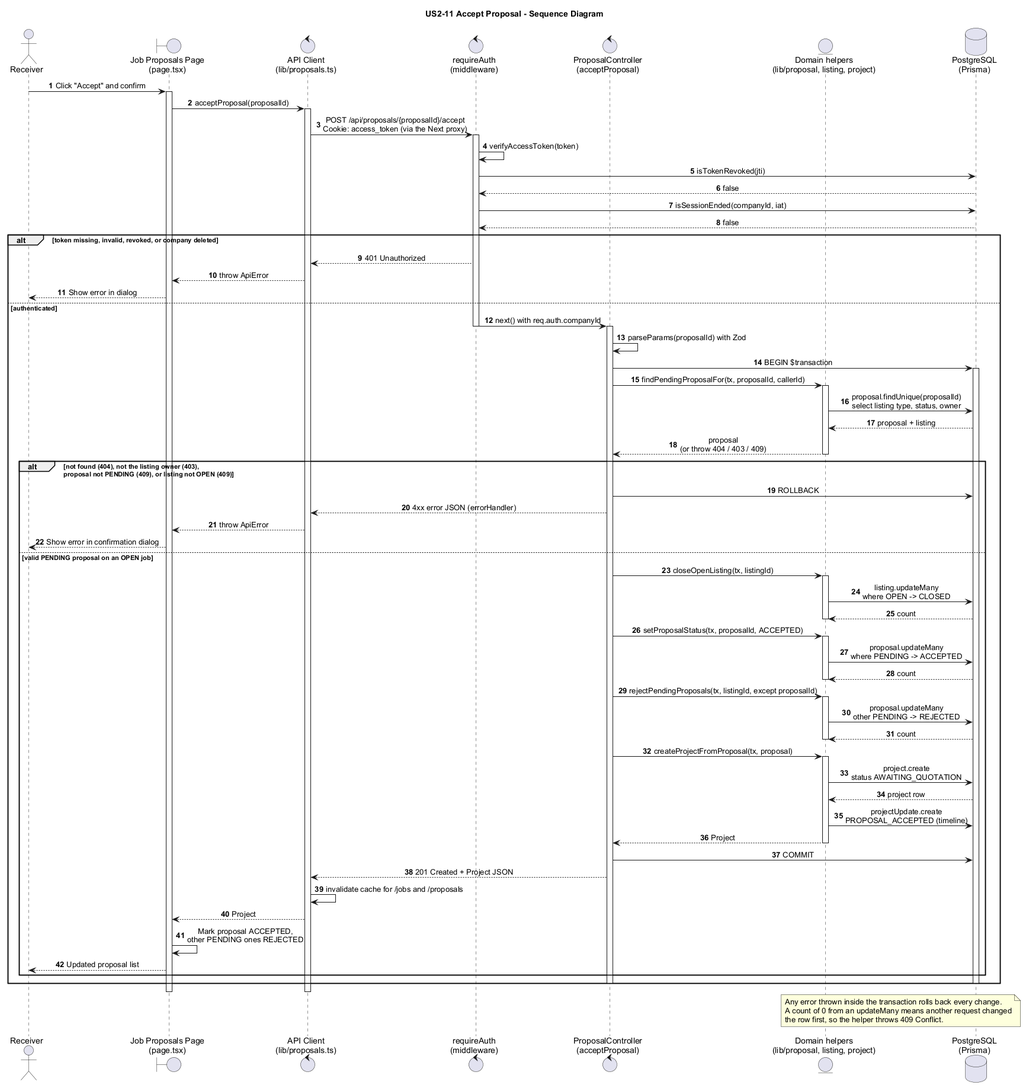
taofuuu/MangoDB keeps this PlantUML diagram as docs/uml/sequence/accept-proposal-implementation.png. Above is the earlier version.
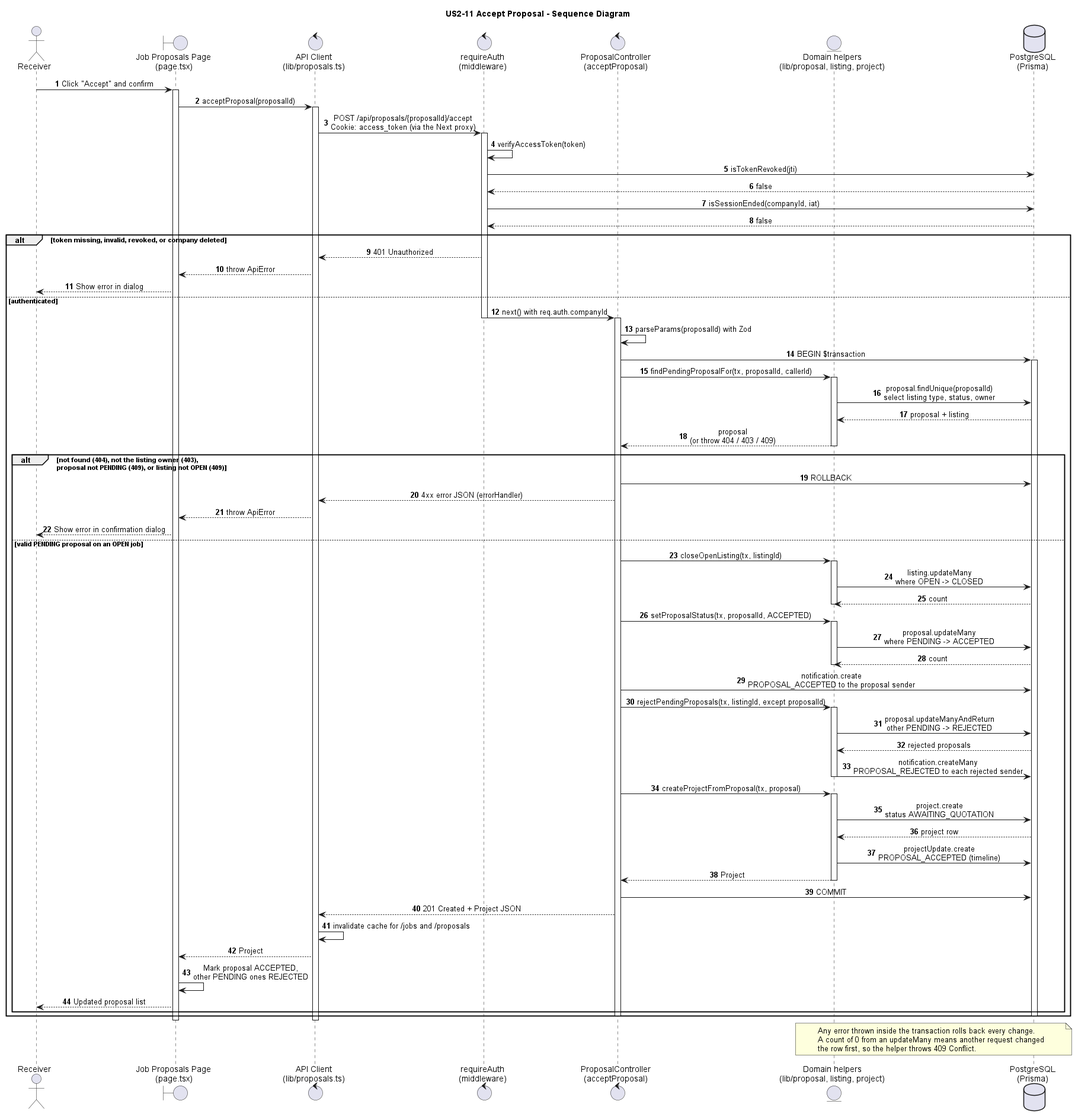
After the change.

Commit message:
docs(uml): show notifications in the accept proposal sequence diagram

Accepting a proposal now writes a PROPOSAL_ACCEPTED notice for the
winner, and rejectPendingProposals writes PROPOSAL_REJECTED for each
other sender (since 0bbafda). Add both steps, and show that the reject
helper uses updateManyAndReturn to get the senders.

The edit, as a diff of the source:
```diff
@@ -70,10 +70,13 @@
     DB --> Lib : count
     deactivate Lib
 
+    Ctrl -> DB : notification.create\nPROPOSAL_ACCEPTED to the proposal sender
+
     Ctrl -> Lib : rejectPendingProposals(tx, listingId, except proposalId)
     activate Lib
-    Lib -> DB : proposal.updateMany\nother PENDING -> REJECTED
-    DB --> Lib : count
+    Lib -> DB : proposal.updateManyAndReturn\nother PENDING -> REJECTED
+    DB --> Lib : rejected proposals
+    Lib -> DB : notification.createMany\nPROPOSAL_REJECTED to each rejected sender
     deactivate Lib
 
     Ctrl -> Lib : createProjectFromProposal(tx, proposal)
```
